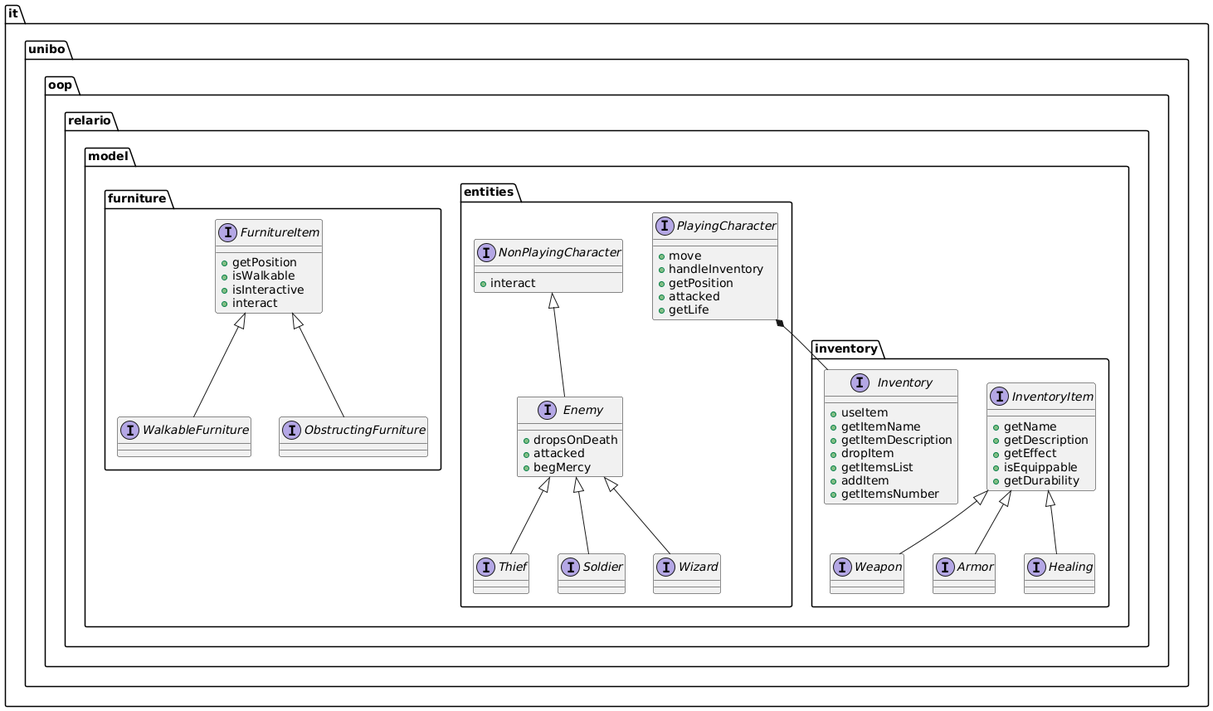
Earlier version of the PlantUML export relazione/img/fullModel.png (KimboCoffee/OOP23-relario-prove).
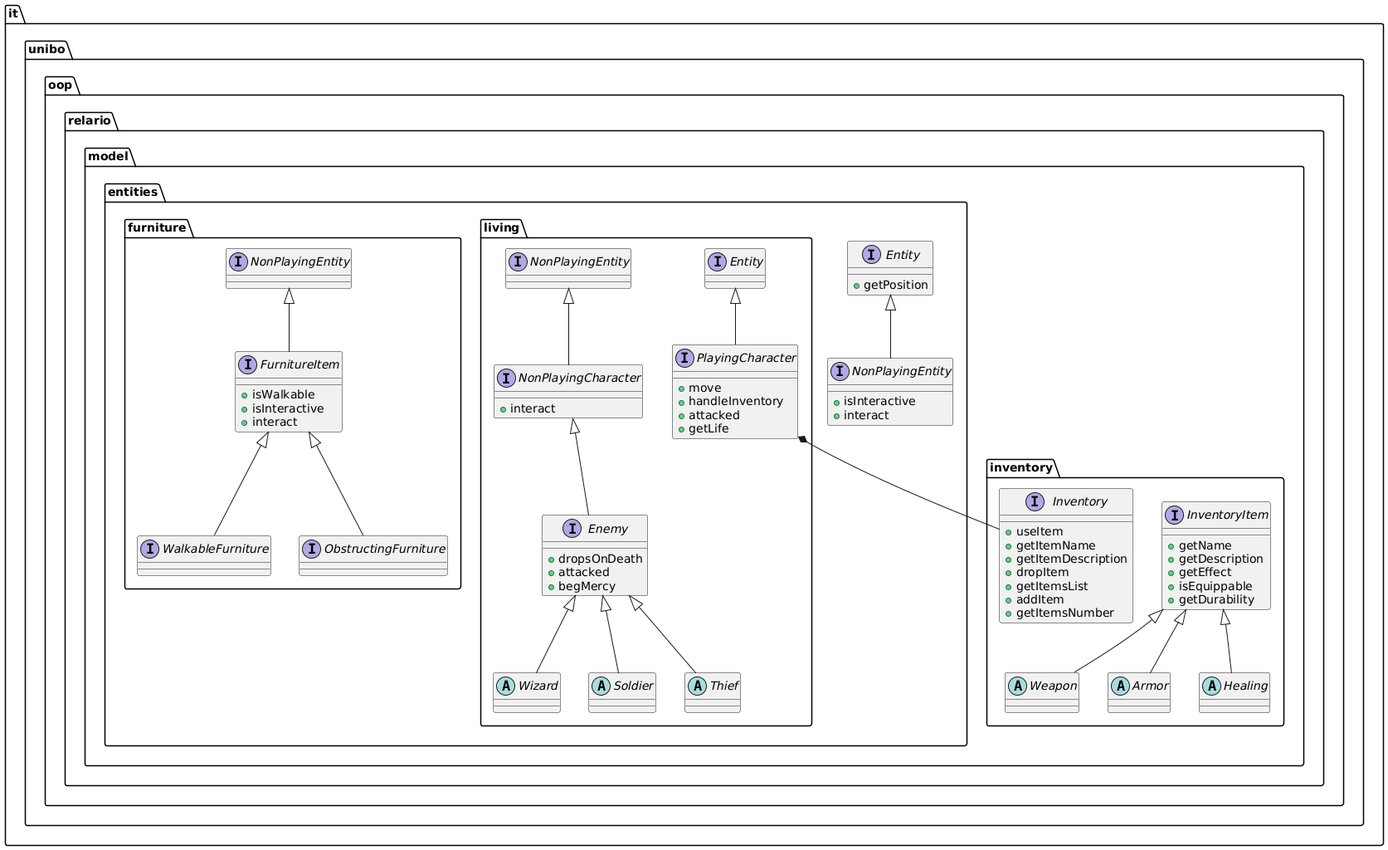
After the change.

Commit message:
Modified model UML scheme

Diff of the diagram source:
```diff
@@ -1,18 +1,8 @@
 @startuml
 package it.unibo.oop.relario {
     package model {
-        package furniture {
-            interface FurnitureItem {
-                + {method} getPosition
-                + {method} isWalkable
-                + {method} isInteractive
-                + {method} interact
-            }
 
-            interface WalkableFurniture extends FurnitureItem {}
 
-            interface ObstructingFurniture extends FurnitureItem {}
-        }
 
         package inventory {
             interface Inventory {
@@ -33,39 +23,61 @@
                 + {method} getDurability
             }
 
-            interface Weapon extends InventoryItem {}
+            abstract class Weapon extends InventoryItem {}
 
-            interface Armor extends InventoryItem {}
+            abstract class Armor extends InventoryItem {}
 
-            interface Healing extends InventoryItem {}
+            abstract class Healing extends InventoryItem {}
         }
 
         package entities {
-            interface PlayingCharacter {
-                + {method} move
-                + {method} handleInventory
+            interface Entity {
                 + {method} getPosition
-                + {method} attacked
-                + {method} getLife
             }
 
-            PlayingCharacter *-- Inventory
-
-            interface NonPlayingCharacter {
+            interface NonPlayingEntity extends Entity {
+                + {method} isInteractive
                 + {method} interact
             }
 
-            interface Enemy extends NonPlayingCharacter {
-                + {method} dropsOnDeath
-                + {method} attacked
-                + {method} begMercy
+            package living{
+                interface PlayingCharacter extends Entity{
+                    + {method} move
+                    + {method} handleInventory
+                    + {method} attacked
+                    + {method} getLife
+                }
+
+                PlayingCharacter *-- Inventory
+
+                interface NonPlayingCharacter extends NonPlayingEntity {
+                    + {method} interact
+                }
+
+                interface Enemy extends NonPlayingCharacter {
+                    + {method} dropsOnDeath
+                    + {method} attacked
+                    + {method} begMercy
+                }
+
+                abstract class Wizard extends Enemy {}
+
+                abstract class Soldier extends Enemy {}
+
+                abstract class Thief extends Enemy {}
             }
 
-            interface Thief extends Enemy {}
+            package furniture {
+                interface FurnitureItem extends NonPlayingEntity {
+                    + {method} isWalkable
+                    + {method} isInteractive
+                    + {method} interact
+                }
 
-            interface Soldier extends Enemy {}
+                interface WalkableFurniture extends FurnitureItem {}
 
-            interface Wizard extends Enemy {}
+                interface ObstructingFurniture extends FurnitureItem {}
+            }
         }
     }
 }
```
